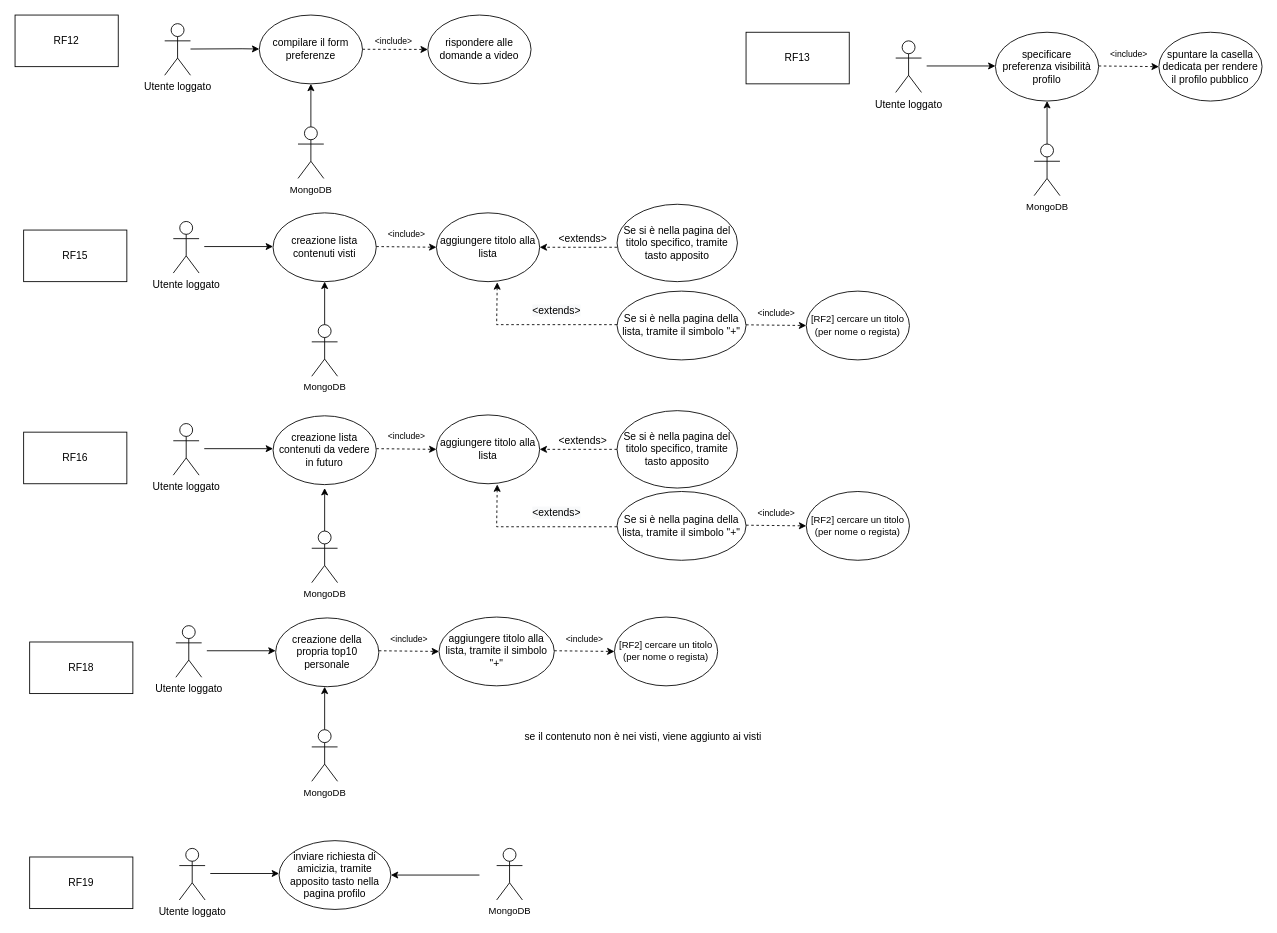
Organizzazione-IngSoftware/BancoLavoroD2 keeps this draw.io diagram as UserCaseA.drawio. Above is the earlier version. Source tidied: cells renumbered, new cells numbered last; positions are measured from the earlier drawing's top-left corner, leaving out a move shared by most shapes. Both pictures are drawn from the tidied source at 86%, with x=0, y=0 at pixel (15, 15).
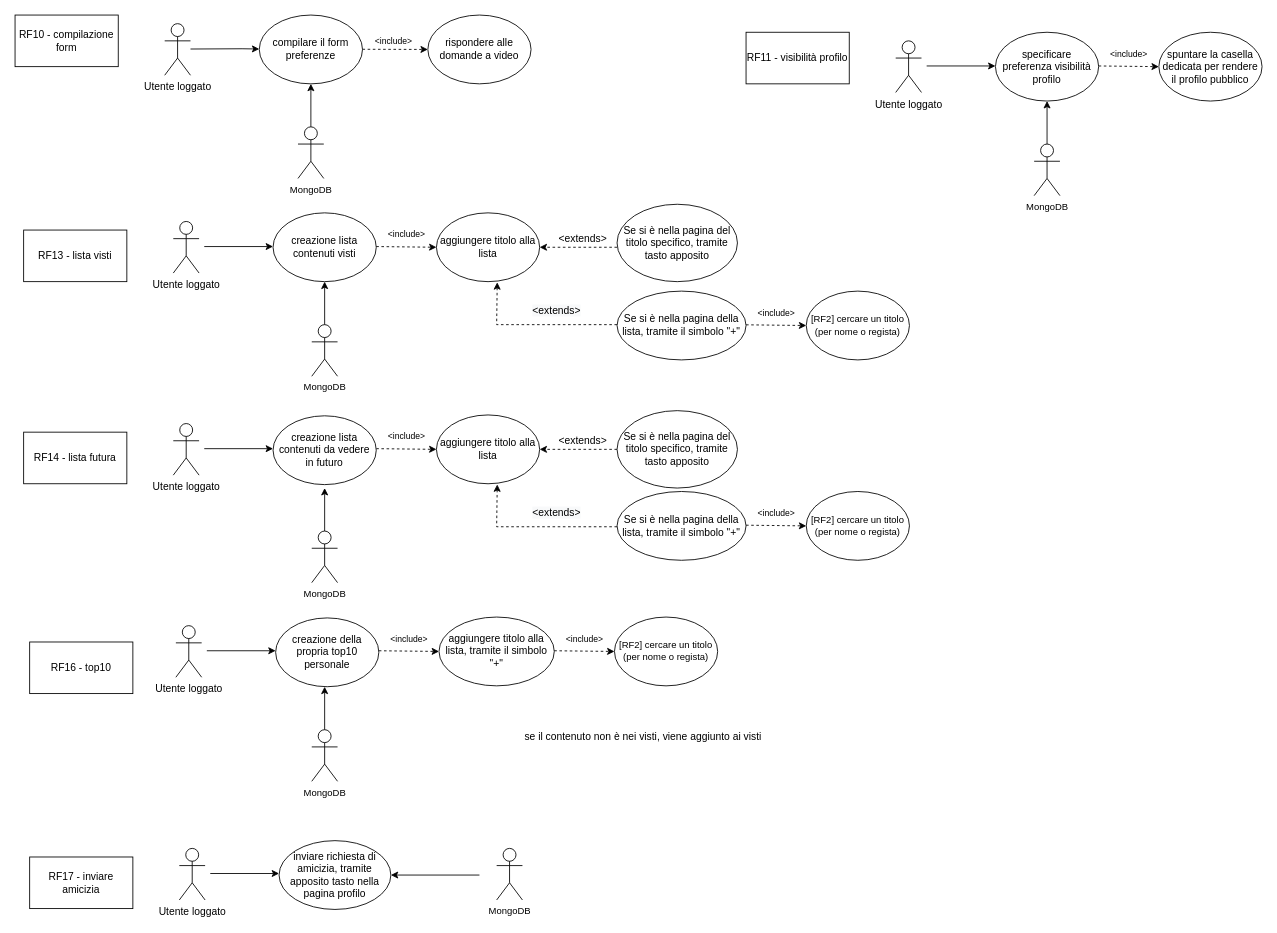
The same diagram, later.

Commit message:
UserCaseA numerazione aggiornata.drawio

What changed in the source:
```diff
@@
-    <mxCell id="6" value="RF12" style="rounded=0;whiteSpace=wrap;html=1;" parent="1" vertex="1">
+    <mxCell id="6" value="RF10 - compilazione form" style="rounded=0;whiteSpace=wrap;html=1;" parent="1" vertex="1">
       <mxGeometry width="120" height="60" as="geometry" />
     </mxCell>
-    <mxCell id="7" value="RF13" style="rounded=0;whiteSpace=wrap;html=1;" parent="1" vertex="1">
+    <mxCell id="7" value="RF11 - visibilità profilo" style="rounded=0;whiteSpace=wrap;html=1;" parent="1" vertex="1">
       <mxGeometry x="850" y="20" width="120" height="60" as="geometry" />
     </mxCell>
@@
-    <mxCell id="16" value="RF15" style="rounded=0;whiteSpace=wrap;html=1;fontSize=12;" parent="1" vertex="1">
+    <mxCell id="16" value="RF13 - lista visti" style="rounded=0;whiteSpace=wrap;html=1;fontSize=12;" parent="1" vertex="1">
       <mxGeometry x="10" y="250" width="120" height="60" as="geometry" />
     </mxCell>
@@
-    <mxCell id="29" value="RF16" style="rounded=0;whiteSpace=wrap;html=1;fontSize=12;" parent="1" vertex="1">
+    <mxCell id="29" value="RF14 - lista futura" style="rounded=0;whiteSpace=wrap;html=1;fontSize=12;" parent="1" vertex="1">
       <mxGeometry x="10" y="485" width="120" height="60" as="geometry" />
     </mxCell>
@@
-    <mxCell id="48" value="RF18" style="rounded=0;whiteSpace=wrap;html=1;fontSize=12;" parent="1" vertex="1">
+    <mxCell id="48" value="RF16 - top10" style="rounded=0;whiteSpace=wrap;html=1;fontSize=12;" parent="1" vertex="1">
       <mxGeometry x="17" y="729" width="120" height="60" as="geometry" />
     </mxCell>
-    <mxCell id="49" value="RF19" style="rounded=0;whiteSpace=wrap;html=1;fontSize=12;" parent="1" vertex="1">
+    <mxCell id="49" value="RF17 - inviare amicizia" style="rounded=0;whiteSpace=wrap;html=1;fontSize=12;" parent="1" vertex="1">
       <mxGeometry x="17" y="979" width="120" height="60" as="geometry" />
     </mxCell>
```
